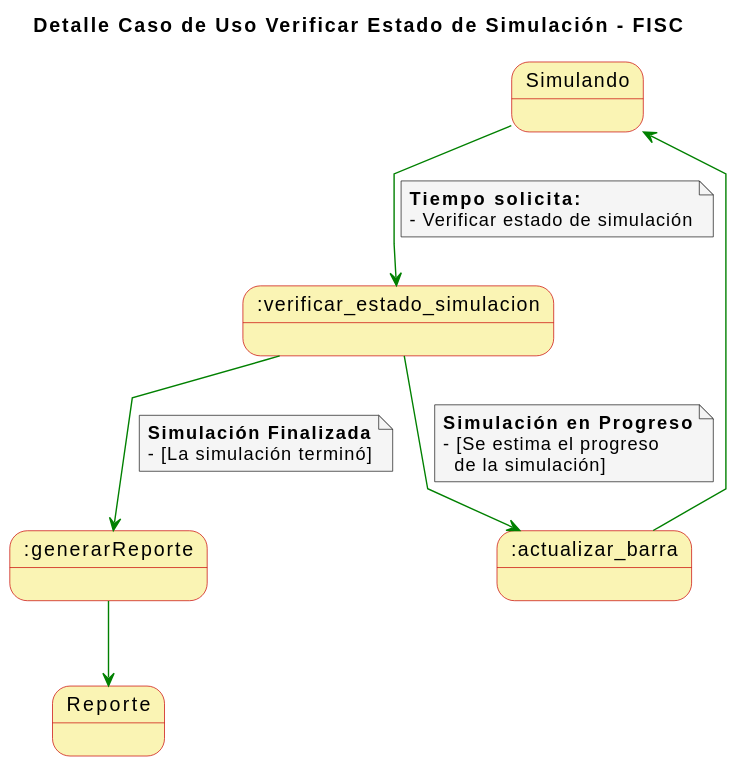
mmasias/23-24-IdSw1-SDR keeps this PlantUML diagram as imagenes/casosDeUso/detallesCasosUso/detalleCasoUsoVerificarEstadoSimulacion.svg. Above is the earlier version. The source it was exported from:
```plantuml
@startuml
skinparam state {
  BackgroundColor #faf4b4
  BorderColor #c90000
}

skinparam note {
  BackgroundColor #f5f5f5
}

skinparam linetype polyline

title Detalle Caso de Uso Verificar Estado de Simulación - FISC

Simulando -[#green]-> :verificar_estado_simulacion
note on link
  **Tiempo solicita:**
  - Verificar estado de simulación
end note

:verificar_estado_simulacion -[#green]-> :actualizar_barra
note on link
  **Simulación en Progreso**
  - [Se estima el progreso
    de la simulación]
end note

:actualizar_barra -[#green]-> Simulando


:verificar_estado_simulacion -[#green]-> :generarReporte
note on link
  **Simulación Finalizada**
  - [La simulación terminó]
end note

:generarReporte -[#green]-> Reporte
@enduml
```
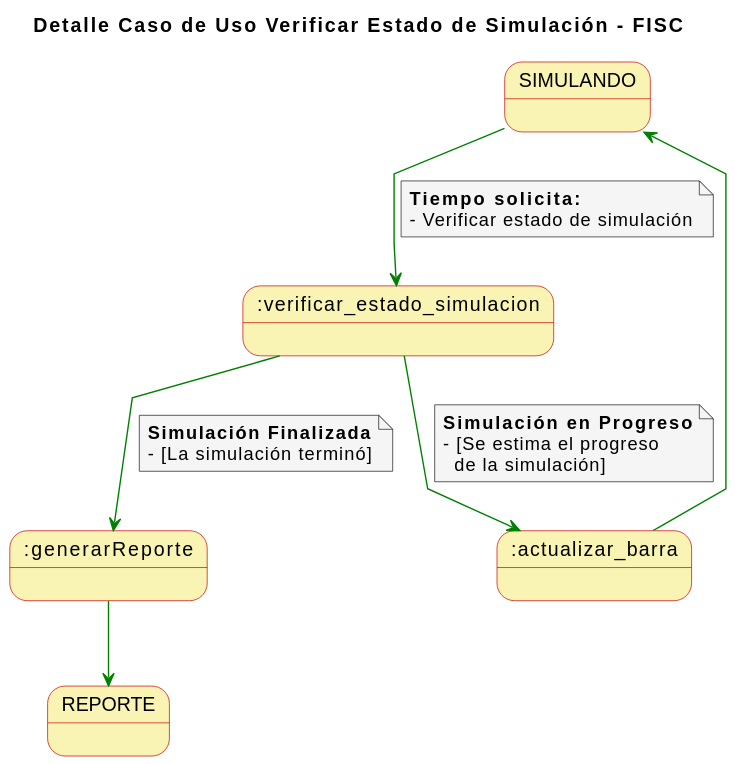
Later version of the same file.

What changed in the source:
```diff
@@ -12,7 +12,7 @@
 
 title Detalle Caso de Uso Verificar Estado de Simulación - FISC
 
-Simulando -[#green]-> :verificar_estado_simulacion
+SIMULANDO-[#green]-> :verificar_estado_simulacion
 note on link
   **Tiempo solicita:**
   - Verificar estado de simulación
@@ -25,7 +25,7 @@
     de la simulación]
 end note
 
-:actualizar_barra -[#green]-> Simulando
+:actualizar_barra -[#green]-> SIMULANDO
 
 
 :verificar_estado_simulacion -[#green]-> :generarReporte
@@ -34,5 +34,5 @@
   - [La simulación terminó]
 end note
 
-:generarReporte -[#green]-> Reporte
+:generarReporte -[#green]-> REPORTE
 @enduml
```
